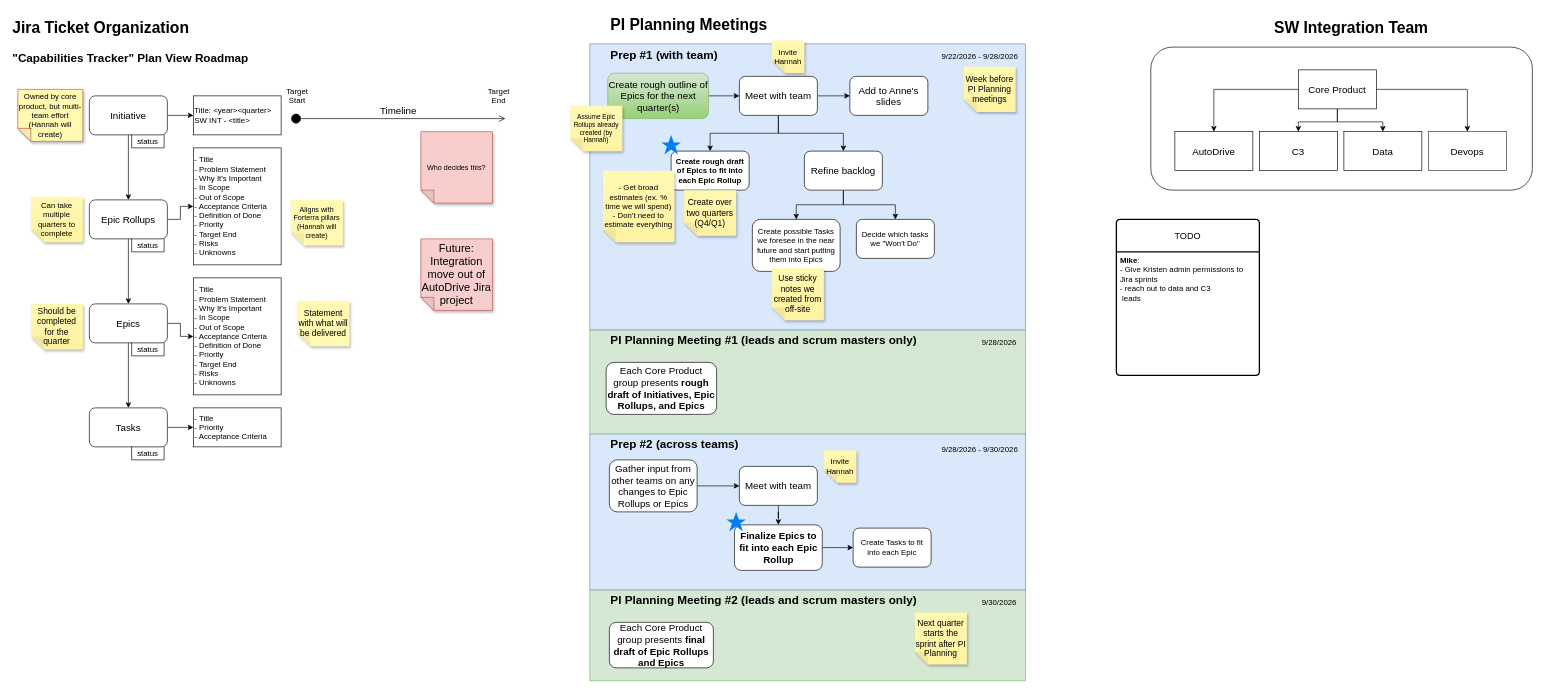
kristenloo99/Forterra keeps this draw.io diagram as page "Overview" (1 of 2) of PI Planning.drawio. Above is the earlier version. Source tidied: cells renumbered, new cells numbered last; positions are measured from the earlier drawing's top-left corner, leaving out a move shared by most shapes. Both pictures are drawn from the tidied source at 65%, with x=0, y=0 at pixel (11, 11).
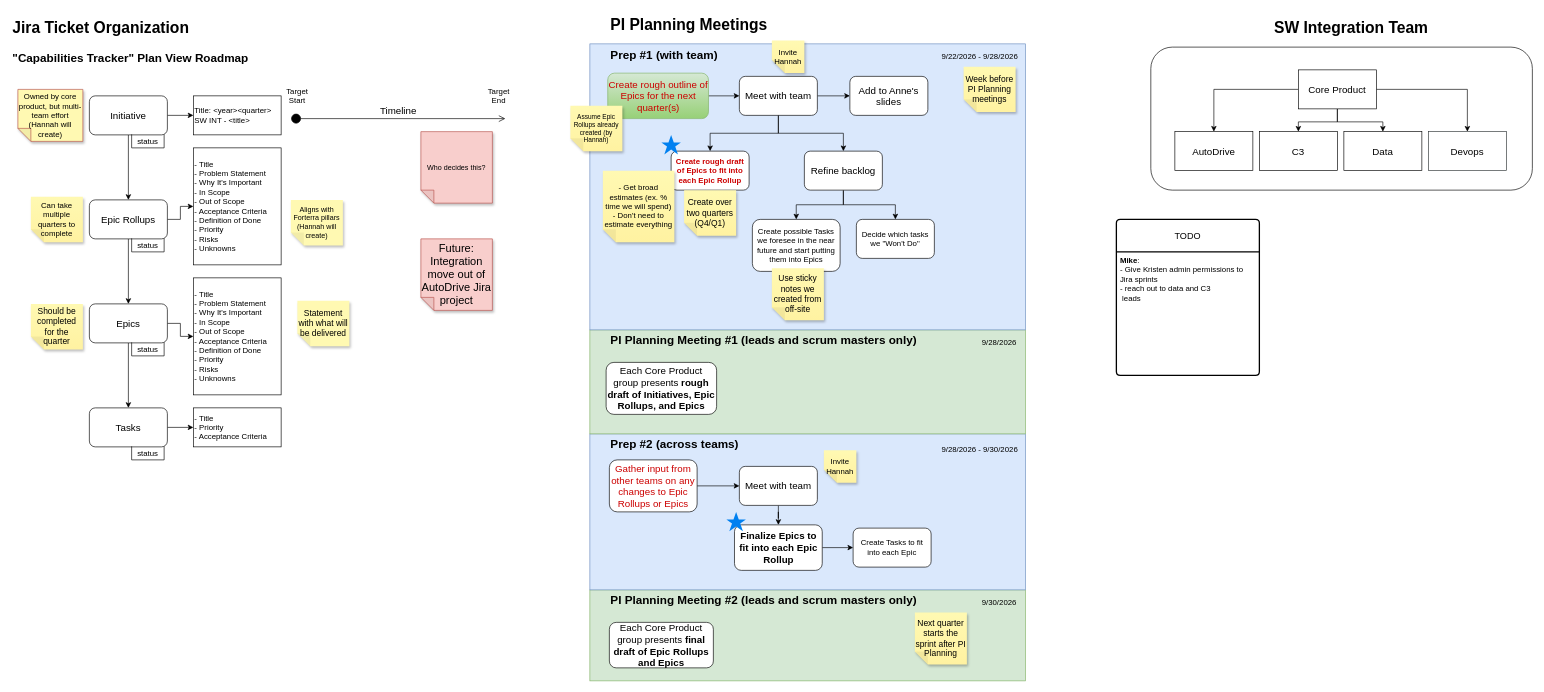
After the change.

Change to the diagram source:
```diff
@@
-    <mxCell id="39" value="Create rough outline of Epics for the next quarter(s)" style="rounded=1;whiteSpace=wrap;html=1;fontSize=15;fillColor=#d5e8d4;strokeColor=#82b366;gradientColor=#97d077;" parent="1" vertex="1">
+    <mxCell id="39" value="Create rough outline of Epics for the next quarter(s)" style="rounded=1;whiteSpace=wrap;html=1;fontSize=15;fillColor=#d5e8d4;strokeColor=#82b366;gradientColor=#97d077;fontColor=light-dark(#cc0000, #ededed);" parent="1" vertex="1">
       <mxGeometry x="917.5" y="95" width="155" height="70" as="geometry" />
     </mxCell>
@@
-    <mxCell id="59" value="Gather input from other teams on any changes to Epic Rollups or Epics" style="rounded=1;whiteSpace=wrap;html=1;fontStyle=0;fontSize=15;" parent="1" vertex="1">
+    <mxCell id="59" value="Gather input from other teams on any changes to Epic Rollups or Epics" style="rounded=1;whiteSpace=wrap;html=1;fontStyle=0;fontSize=15;fontColor=light-dark(#cc0000, #ededed);" parent="1" vertex="1">
       <mxGeometry x="920" y="690" width="135" height="80" as="geometry" />
     </mxCell>
@@
-    <mxCell id="72" value="Create rough draft of Epics to fit into each Epic Rollup" style="rounded=1;whiteSpace=wrap;html=1;fontStyle=1;" parent="1" vertex="1">
+    <mxCell id="72" value="Create rough draft of Epics to fit into each Epic Rollup" style="rounded=1;whiteSpace=wrap;html=1;fontStyle=1;fontColor=light-dark(#cc0000, #ededed);" parent="1" vertex="1">
       <mxGeometry x="1015" y="215" width="120" height="60" as="geometry" />
     </mxCell>
@@
-    <mxCell id="78" value="&lt;div align=&quot;left&quot;&gt;- Title&lt;/div&gt;&lt;div align=&quot;left&quot;&gt;- Problem Statement&lt;/div&gt;&lt;div align=&quot;left&quot;&gt;- Why&amp;nbsp;It's Important&lt;/div&gt;&lt;div align=&quot;left&quot;&gt;- In Scope&lt;/div&gt;&lt;div align=&quot;left&quot;&gt;- Out of Scope&lt;br&gt;- Acceptance Criteria&lt;/div&gt;&lt;div align=&quot;left&quot;&gt;&lt;div&gt;- Definition of Done&lt;/div&gt;&lt;div&gt;- Priority&lt;/div&gt;&lt;div&gt;- Target End&lt;/div&gt;&lt;/div&gt;&lt;div align=&quot;left&quot;&gt;- Risks&lt;br&gt;- Unknowns&lt;/div&gt;" style="rounded=0;whiteSpace=wrap;html=1;align=left;" parent="1" vertex="1">
+    <mxCell id="78" value="&lt;div align=&quot;left&quot;&gt;- Title&lt;/div&gt;&lt;div align=&quot;left&quot;&gt;- Problem Statement&lt;/div&gt;&lt;div align=&quot;left&quot;&gt;- Why&amp;nbsp;It's Important&lt;/div&gt;&lt;div align=&quot;left&quot;&gt;- In Scope&lt;/div&gt;&lt;div align=&quot;left&quot;&gt;- Out of Scope&lt;br&gt;- Acceptance Criteria&lt;/div&gt;&lt;div align=&quot;left&quot;&gt;&lt;div&gt;- Definition of Done&lt;/div&gt;&lt;div&gt;- Priority&lt;/div&gt;&lt;/div&gt;&lt;div align=&quot;left&quot;&gt;- Risks&lt;br&gt;- Unknowns&lt;/div&gt;" style="rounded=0;whiteSpace=wrap;html=1;align=left;" parent="1" vertex="1">
       <mxGeometry x="280" y="210" width="135" height="180" as="geometry" />
     </mxCell>
@@
-    <mxCell id="80" value="&lt;div align=&quot;left&quot;&gt;- Title&lt;/div&gt;&lt;div align=&quot;left&quot;&gt;- Problem Statement&lt;/div&gt;&lt;div align=&quot;left&quot;&gt;- Why&amp;nbsp;It's Important&lt;/div&gt;&lt;div align=&quot;left&quot;&gt;- In Scope&lt;/div&gt;&lt;div align=&quot;left&quot;&gt;- Out of Scope&lt;br&gt;- Acceptance Criteria&lt;/div&gt;&lt;div align=&quot;left&quot;&gt;&lt;div&gt;- Definition of Done&lt;/div&gt;&lt;div&gt;- Priority&lt;/div&gt;&lt;div&gt;- Target End&lt;/div&gt;&lt;/div&gt;&lt;div align=&quot;left&quot;&gt;- Risks&lt;br&gt;- Unknowns&lt;/div&gt;" style="rounded=0;whiteSpace=wrap;html=1;align=left;" parent="1" vertex="1">
+    <mxCell id="80" value="&lt;div align=&quot;left&quot;&gt;- Title&lt;/div&gt;&lt;div align=&quot;left&quot;&gt;- Problem Statement&lt;/div&gt;&lt;div align=&quot;left&quot;&gt;- Why&amp;nbsp;It's Important&lt;/div&gt;&lt;div align=&quot;left&quot;&gt;- In Scope&lt;/div&gt;&lt;div align=&quot;left&quot;&gt;- Out of Scope&lt;br&gt;- Acceptance Criteria&lt;/div&gt;&lt;div align=&quot;left&quot;&gt;&lt;div&gt;- Definition of Done&lt;/div&gt;&lt;div&gt;- Priority&lt;/div&gt;&lt;/div&gt;&lt;div align=&quot;left&quot;&gt;- Risks&lt;br&gt;- Unknowns&lt;/div&gt;" style="rounded=0;whiteSpace=wrap;html=1;align=left;" parent="1" vertex="1">
       <mxGeometry x="280" y="410" width="135" height="180" as="geometry" />
     </mxCell>
```
